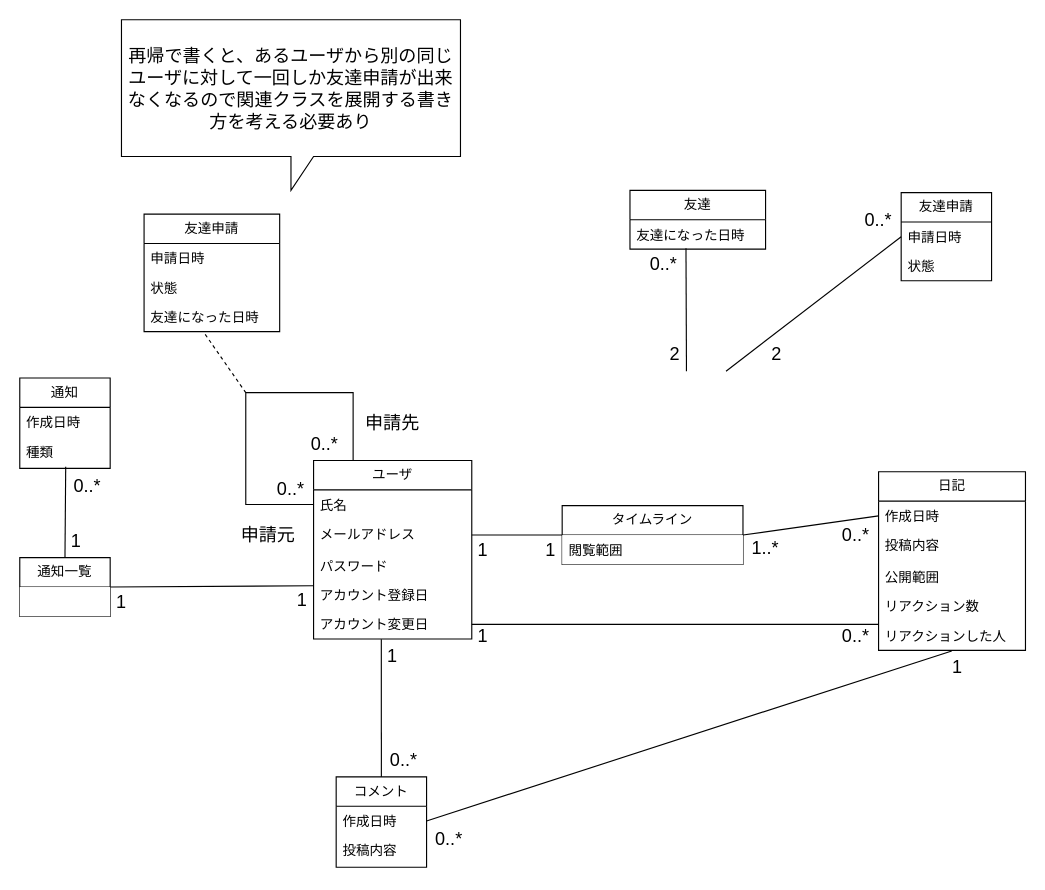
Before: 概念モデル/概念モデル.drawio in tawainfer/scorpio, a draw.io diagram. Source tidied: cells renumbered, new cells numbered last; positions are measured from the earlier drawing's top-left corner, leaving out a move shared by most shapes. Both pictures are drawn from the tidied source at 113%, with x=0, y=0 at pixel (19, 19).
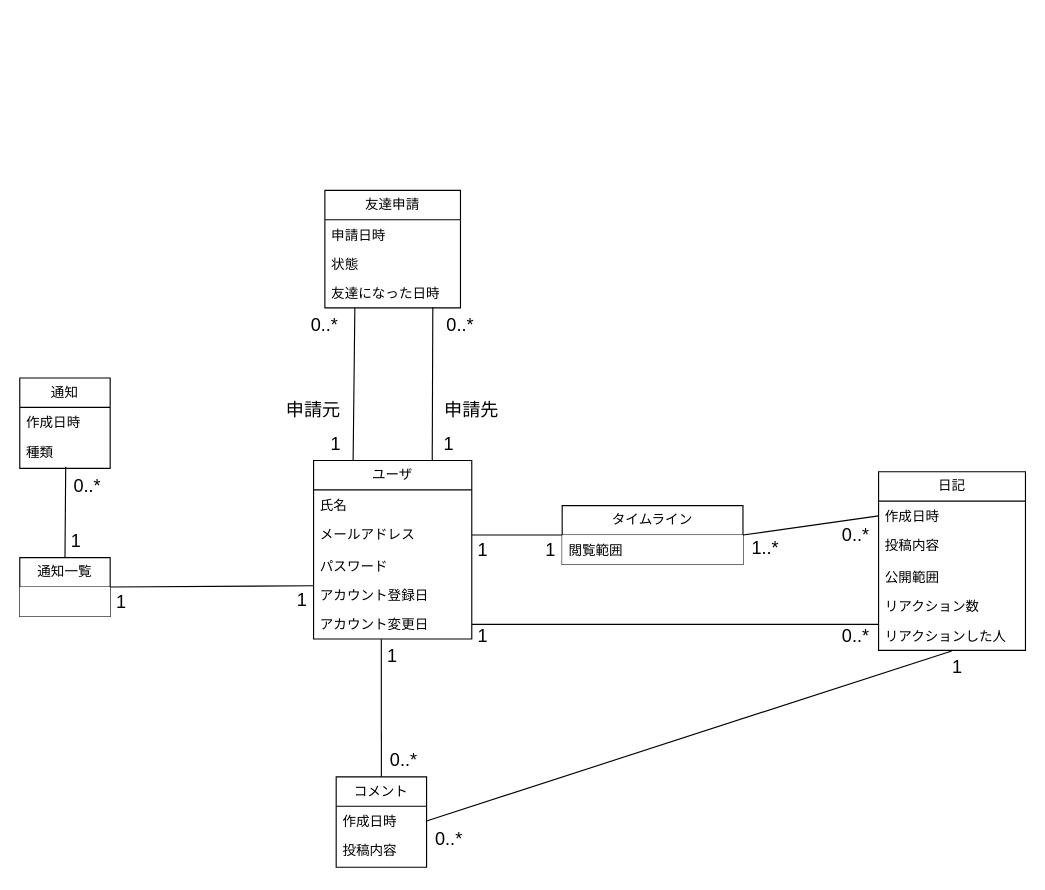
After the change.

Unchanged cells that the change refers to:
```xml
<mxCell id="2" value="ユーザ" style="swimlane;fontStyle=0;horizontal=1;startSize=26;fillColor=none;whiteSpace=wrap;html=1;" parent="1" vertex="1">
  <mxGeometry x="260" y="390" width="140" height="158" as="geometry" />
</mxCell>
<mxCell id="4" value="氏名" style="text;strokeColor=none;fillColor=none;align=left;verticalAlign=top;spacingLeft=4;spacingRight=4;overflow=hidden;points=[[0,0.5],[1,0.5]];portConstraint=eastwest;whiteSpace=wrap;html=1;" parent="2" vertex="1">
  <mxGeometry y="26" width="140" height="26" as="geometry" />
</mxCell>
<mxCell id="60" value="友達になった日時" style="text;strokeColor=none;fillColor=none;align=left;verticalAlign=top;spacingLeft=4;spacingRight=4;overflow=hidden;points=[[0,0.5],[1,0.5]];portConstraint=eastwest;whiteSpace=wrap;html=1;" parent="57" vertex="1">
  <mxGeometry y="78" width="120" height="26" as="geometry" />
</mxCell>
```

What changed in the source:
```diff
@@
-    <mxCell id="3" style="edgeStyle=orthogonalEdgeStyle;rounded=0;jettySize=auto;html=1;exitX=0;exitY=0.5;exitDx=0;exitDy=0;entryX=0.25;entryY=0;entryDx=0;entryDy=0;fontSize=12;startSize=8;endSize=8;endArrow=none;endFill=0;" parent="2" edge="1" source="4" target="2">
-      <mxGeometry relative="1" as="geometry">
-        <Array as="points">
-          <mxPoint x="-60" y="39" />
-          <mxPoint x="-60" y="-60" />
-          <mxPoint x="35" y="-60" />
-        </Array>
-      </mxGeometry>
-    </mxCell>
@@
-    <mxCell id="18" value="友達" style="swimlane;fontStyle=0;horizontal=1;startSize=26;fillColor=none;whiteSpace=wrap;html=1;" parent="1" vertex="1">
-      <mxGeometry x="540" y="151" width="120" height="52" as="geometry" />
-    </mxCell>
-    <mxCell id="19" value="友達になった日時" style="text;strokeColor=none;fillColor=none;align=left;verticalAlign=top;spacingLeft=4;spacingRight=4;overflow=hidden;points=[[0,0.5],[1,0.5]];portConstraint=eastwest;whiteSpace=wrap;html=1;" parent="18" vertex="1">
-      <mxGeometry y="26" width="120" height="26" as="geometry" />
-    </mxCell>
@@
-    <mxCell id="28" style="edgeStyle=none;curved=1;rounded=0;jettySize=auto;html=1;exitX=0.5;exitY=0;exitDx=0;exitDy=0;entryX=0.413;entryY=0.967;entryDx=0;entryDy=0;entryPerimeter=0;fontSize=12;startSize=8;endSize=8;endArrow=none;endFill=0;" parent="1" edge="1" target="19">
-      <mxGeometry relative="1" as="geometry">
-        <mxPoint x="590" y="311" as="sourcePoint" />
-      </mxGeometry>
-    </mxCell>
-    <mxCell id="29" style="edgeStyle=none;curved=1;rounded=0;jettySize=auto;html=1;exitX=0.75;exitY=0;exitDx=0;exitDy=0;entryX=0;entryY=0.5;entryDx=0;entryDy=0;fontSize=12;startSize=8;endSize=8;endArrow=none;endFill=0;" parent="1" edge="1" target="33">
-      <mxGeometry relative="1" as="geometry">
-        <mxPoint x="625" y="311" as="sourcePoint" />
-      </mxGeometry>
-    </mxCell>
-    <mxCell id="30" value="2" style="text;html=1;strokeColor=none;fillColor=none;align=center;verticalAlign=middle;whiteSpace=wrap;rounded=0;fontSize=16;" parent="1" vertex="1">
-      <mxGeometry x="570" y="281" width="20" height="30" as="geometry" />
-    </mxCell>
-    <mxCell id="31" value="0..*" style="text;html=1;strokeColor=none;fillColor=none;align=center;verticalAlign=middle;whiteSpace=wrap;rounded=0;fontSize=16;" parent="1" vertex="1">
-      <mxGeometry x="550" y="201" width="40" height="30" as="geometry" />
-    </mxCell>
-    <mxCell id="32" value="友達申請" style="swimlane;fontStyle=0;horizontal=1;startSize=26;fillColor=none;whiteSpace=wrap;html=1;" parent="1" vertex="1">
-      <mxGeometry x="780" y="153" width="80" height="78" as="geometry" />
-    </mxCell>
-    <mxCell id="33" value="申請日時" style="text;strokeColor=none;fillColor=none;align=left;verticalAlign=top;spacingLeft=4;spacingRight=4;overflow=hidden;points=[[0,0.5],[1,0.5]];portConstraint=eastwest;whiteSpace=wrap;html=1;" parent="32" vertex="1">
-      <mxGeometry y="26" width="80" height="26" as="geometry" />
-    </mxCell>
-    <mxCell id="34" value="状態" style="text;strokeColor=none;fillColor=none;align=left;verticalAlign=top;spacingLeft=4;spacingRight=4;overflow=hidden;whiteSpace=wrap;html=1;" parent="32" vertex="1">
-      <mxGeometry y="52" width="80" height="26" as="geometry" />
-    </mxCell>
-    <mxCell id="35" value="2" style="text;html=1;strokeColor=none;fillColor=none;align=center;verticalAlign=middle;whiteSpace=wrap;rounded=0;fontSize=16;" parent="1" vertex="1">
-      <mxGeometry x="660" y="281" width="20" height="30" as="geometry" />
-    </mxCell>
-    <mxCell id="36" value="0..*" style="text;html=1;strokeColor=none;fillColor=none;align=center;verticalAlign=middle;whiteSpace=wrap;rounded=0;fontSize=16;" parent="1" vertex="1">
-      <mxGeometry x="740" y="162" width="40" height="30" as="geometry" />
-    </mxCell>
@@
     <mxCell id="57" value="友達申請" style="swimlane;fontStyle=0;horizontal=1;startSize=26;fillColor=none;whiteSpace=wrap;html=1;" parent="1" vertex="1">
-      <mxGeometry x="110" y="172" width="120" height="104" as="geometry" />
+      <mxGeometry x="270" y="151" width="120" height="104" as="geometry" />
     </mxCell>
@@
     <mxCell id="61" value="申請先" style="text;html=1;strokeColor=none;fillColor=none;align=center;verticalAlign=middle;whiteSpace=wrap;rounded=0;fontSize=16;" parent="1" vertex="1">
-      <mxGeometry x="300" y="342" width="60" height="30" as="geometry" />
+      <mxGeometry x="370" y="330" width="60" height="30" as="geometry" />
     </mxCell>
     <mxCell id="62" value="申請元" style="text;html=1;strokeColor=none;fillColor=none;align=center;verticalAlign=middle;whiteSpace=wrap;rounded=0;fontSize=16;" parent="1" vertex="1">
-      <mxGeometry x="190" y="441" width="60" height="30" as="geometry" />
+      <mxGeometry x="230" y="330" width="60" height="30" as="geometry" />
     </mxCell>
-    <mxCell id="63" value="0..*" style="text;html=1;strokeColor=none;fillColor=none;align=center;verticalAlign=middle;whiteSpace=wrap;rounded=0;fontSize=16;" parent="1" vertex="1">
-      <mxGeometry x="220" y="400" width="40" height="30" as="geometry" />
-    </mxCell>
-    <mxCell id="64" value="0..*" style="text;html=1;strokeColor=none;fillColor=none;align=center;verticalAlign=middle;whiteSpace=wrap;rounded=0;fontSize=16;" parent="1" vertex="1">
-      <mxGeometry x="250" y="360" width="40" height="30" as="geometry" />
-    </mxCell>
-    <mxCell id="65" style="endArrow=none;dashed=1;html=1;rounded=0;fontSize=12;startSize=8;endSize=8;curved=1;entryX=0.435;entryY=0.989;entryDx=0;entryDy=0;entryPerimeter=0;" parent="1" edge="1" target="60">
-      <mxGeometry relative="1" as="geometry">
-        <mxPoint x="200" y="330" as="sourcePoint" />
-      </mxGeometry>
-    </mxCell>
-    <mxCell id="66" value="再帰で書くと、あるユーザから別の同じユーザに対して一回しか友達申請が出来なくなるので関連クラスを展開する書き方を考える必要あり" style="shape=callout;whiteSpace=wrap;html=1;perimeter=calloutPerimeter;fontSize=16;" parent="1" vertex="1">
-      <mxGeometry x="90" width="300" height="151" as="geometry" />
-    </mxCell>
+    <mxCell id="67" style="edgeStyle=none;curved=1;rounded=0;jettySize=auto;html=1;exitX=0.75;exitY=0;exitDx=0;exitDy=0;entryX=0.796;entryY=0.975;entryDx=0;entryDy=0;entryPerimeter=0;fontSize=12;startSize=8;endSize=8;endArrow=none;endFill=0;" parent="1" edge="1" source="2" target="60">
+      <mxGeometry relative="1" as="geometry" />
+    </mxCell>
+    <mxCell id="68" style="edgeStyle=none;curved=1;rounded=0;jettySize=auto;html=1;exitX=0.25;exitY=0;exitDx=0;exitDy=0;entryX=0.221;entryY=1.001;entryDx=0;entryDy=0;entryPerimeter=0;fontSize=12;startSize=8;endSize=8;endArrow=none;endFill=0;" parent="1" edge="1" source="2" target="60">
+      <mxGeometry relative="1" as="geometry" />
+    </mxCell>
+    <mxCell id="69" value="0..*" style="text;html=1;strokeColor=none;fillColor=none;align=center;verticalAlign=middle;whiteSpace=wrap;rounded=0;fontSize=16;" parent="1" vertex="1">
+      <mxGeometry x="370" y="255" width="40" height="30" as="geometry" />
+    </mxCell>
+    <mxCell id="70" value="0..*" style="text;html=1;strokeColor=none;fillColor=none;align=center;verticalAlign=middle;whiteSpace=wrap;rounded=0;fontSize=16;" parent="1" vertex="1">
+      <mxGeometry x="250" y="255" width="40" height="30" as="geometry" />
+    </mxCell>
+    <mxCell id="71" value="1" style="text;html=1;strokeColor=none;fillColor=none;align=center;verticalAlign=middle;whiteSpace=wrap;rounded=0;fontSize=16;" parent="1" vertex="1">
+      <mxGeometry x="270" y="360" width="20" height="30" as="geometry" />
+    </mxCell>
+    <mxCell id="72" value="1" style="text;html=1;strokeColor=none;fillColor=none;align=center;verticalAlign=middle;whiteSpace=wrap;rounded=0;fontSize=16;" parent="1" vertex="1">
+      <mxGeometry x="370" y="360" width="20" height="30" as="geometry" />
+    </mxCell>
```
